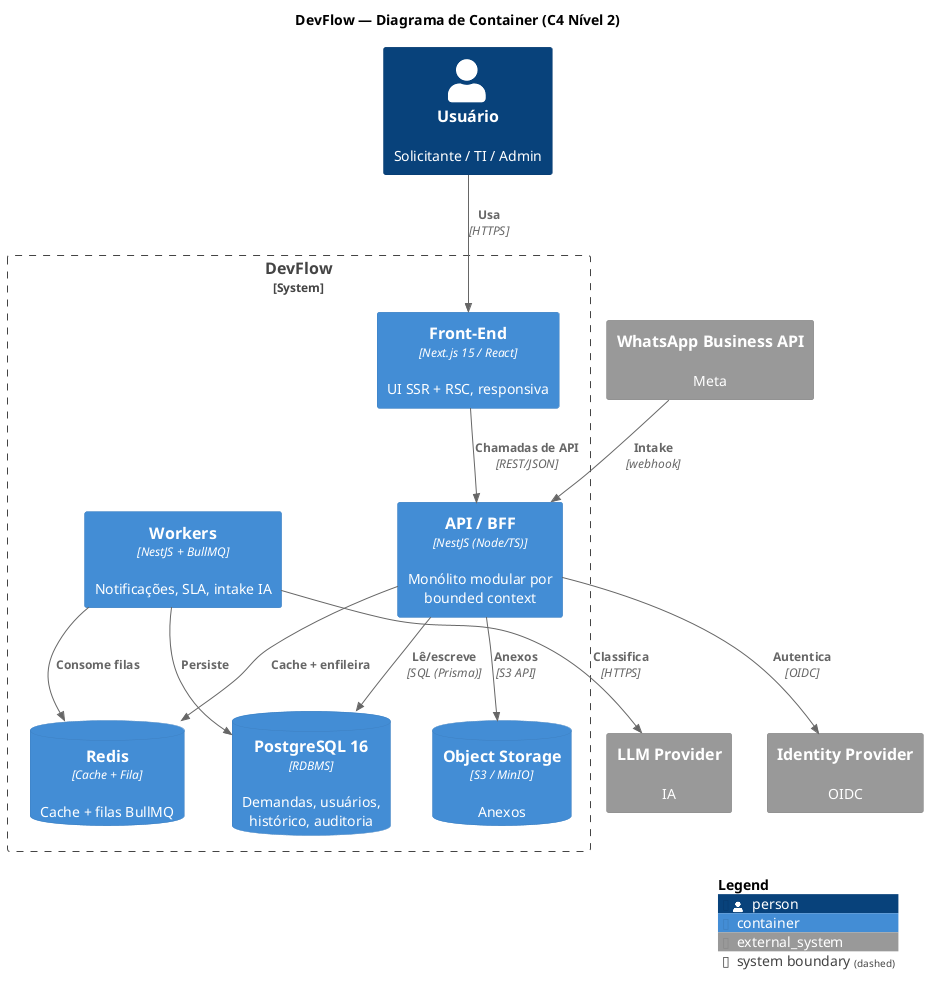
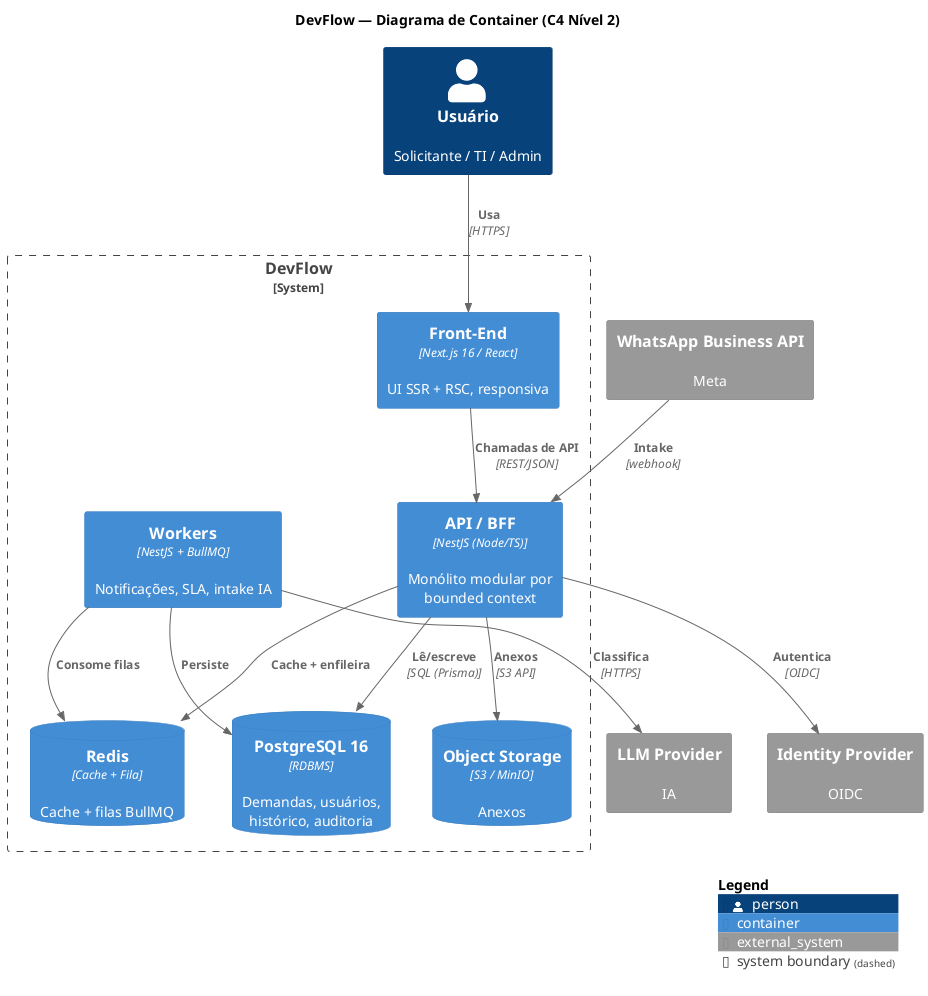
@startuml DevFlow-C4-Container
!include <C4/C4_Container>
title DevFlow — Diagrama de Container (C4 Nível 2)

Person(user, "Usuário", "Solicitante / TI / Admin")
System_Ext(whatsapp, "WhatsApp Business API", "Meta")
System_Ext(llm, "LLM Provider", "IA")
System_Ext(idp, "Identity Provider", "OIDC")

System_Boundary(devflow, "DevFlow") {
-     Container(spa, "Front-End", "Next.js 15 / React", "UI SSR + RSC, responsiva")
+     Container(spa, "Front-End", "Next.js 16 / React", "UI SSR + RSC, responsiva")
    Container(api, "API / BFF", "NestJS (Node/TS)", "Monólito modular por bounded context")
    Container(worker, "Workers", "NestJS + BullMQ", "Notificações, SLA, intake IA")
    ContainerDb(pg, "PostgreSQL 16", "RDBMS", "Demandas, usuários, histórico, auditoria")
    ContainerDb(redis, "Redis", "Cache + Fila", "Cache + filas BullMQ")
    ContainerDb(storage, "Object Storage", "S3 / MinIO", "Anexos")
}

Rel(user, spa, "Usa", "HTTPS")
Rel(spa, api, "Chamadas de API", "REST/JSON")
Rel(api, idp, "Autentica", "OIDC")
Rel(api, pg, "Lê/escreve", "SQL (Prisma)")
Rel(api, redis, "Cache + enfileira")
Rel(worker, redis, "Consome filas")
Rel(worker, pg, "Persiste")
Rel(api, storage, "Anexos", "S3 API")
Rel(whatsapp, api, "Intake", "webhook")
Rel(worker, llm, "Classifica", "HTTPS")
SHOW_LEGEND()
@enduml
